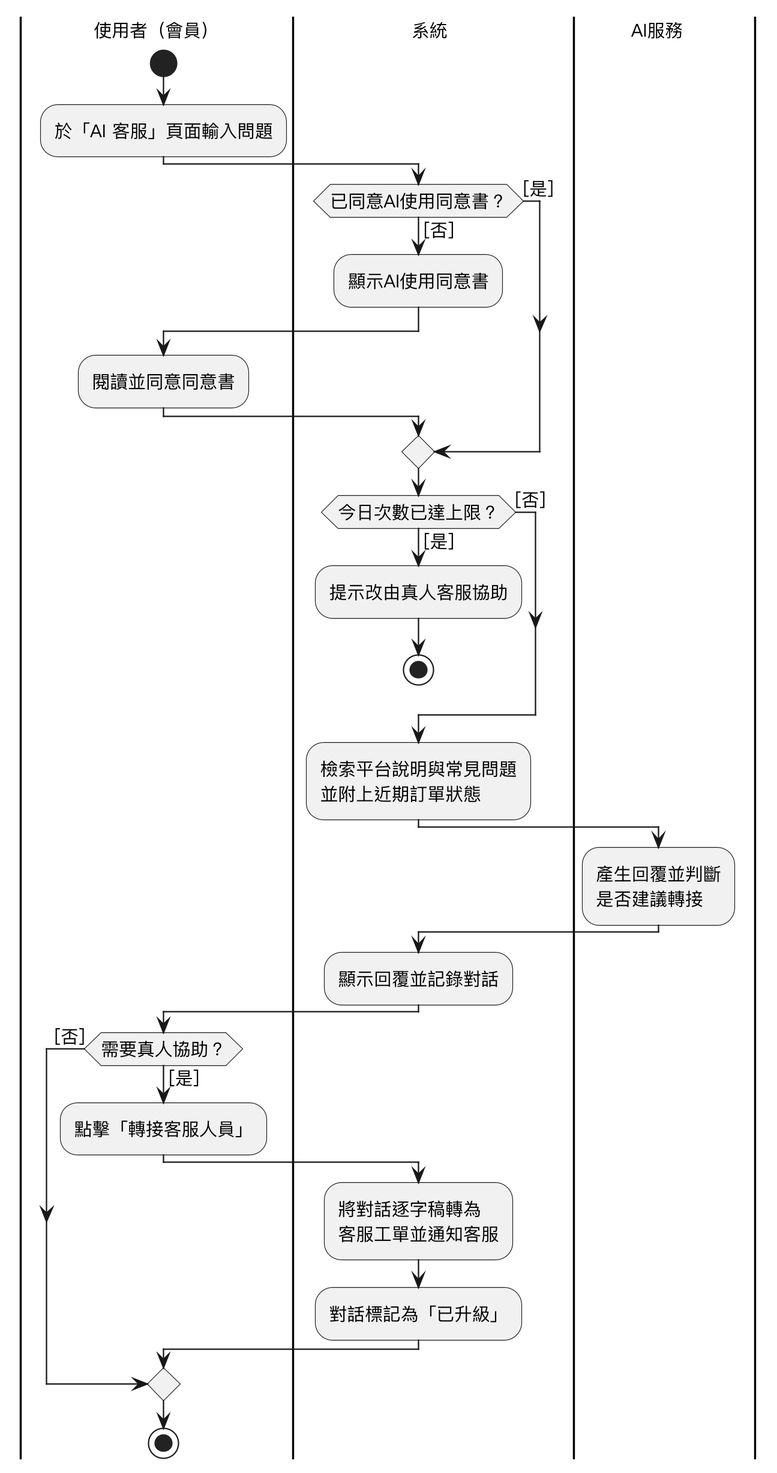
Earlier version of the PlantUML export Diagrams/Activity diagram/v3/uc10.png (SaveMyBook/SaveMyBook). Its diagram source:
```plantuml
@startuml
skinparam monochrome true
skinparam shadowing false
skinparam dpi 220
skinparam defaultFontName "PingFang TC"
skinparam defaultFontSize 13
skinparam swimlaneWidth same
|使用者（會員）|
start
:於「AI 客服」頁面輸入問題;
|系統|
if (已同意AI使用同意書？) then ([否])
  :顯示AI使用同意書;
  |使用者（會員）|
  :閱讀並同意同意書;
  |系統|
else ([是])
endif
if (今日次數已達上限？) then ([是])
  :提示改由真人客服協助;
  stop
else ([否])
endif
:檢索平台說明與常見問題\n並附上近期訂單狀態;
|AI服務|
:產生回覆並判斷\n是否建議轉接;
|系統|
:顯示回覆並記錄對話;
|使用者（會員）|
if (需要真人協助？) then ([是])
  :點擊「轉接客服人員」;
  |系統|
  :將對話逐字稿轉為\n客服工單並通知客服;
  :對話標記為「已升級」;
else ([否])
endif
|使用者（會員）|
stop
@enduml
```
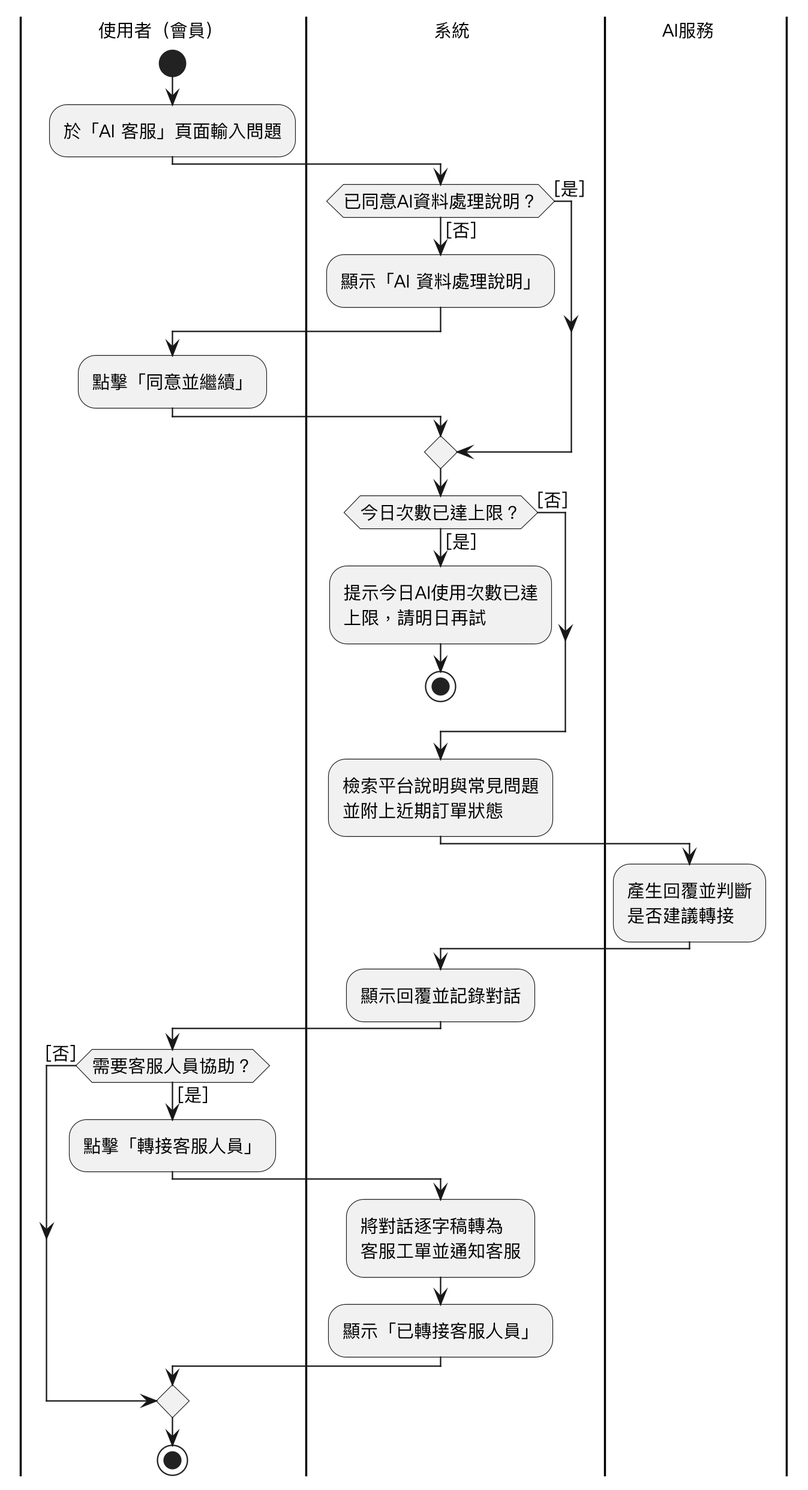
Above is the later version.

The edit, as a diff of the source:
```diff
@@ -9,15 +9,15 @@
 start
 :於「AI 客服」頁面輸入問題;
 |系統|
-if (已同意AI使用同意書？) then ([否])
-  :顯示AI使用同意書;
+if (已同意AI資料處理說明？) then ([否])
+  :顯示「AI 資料處理說明」;
   |使用者（會員）|
-  :閱讀並同意同意書;
+  :點擊「同意並繼續」;
   |系統|
 else ([是])
 endif
 if (今日次數已達上限？) then ([是])
-  :提示改由真人客服協助;
+  :提示今日AI使用次數已達\n上限，請明日再試;
   stop
 else ([否])
 endif
@@ -27,11 +27,11 @@
 |系統|
 :顯示回覆並記錄對話;
 |使用者（會員）|
-if (需要真人協助？) then ([是])
+if (需要客服人員協助？) then ([是])
   :點擊「轉接客服人員」;
   |系統|
   :將對話逐字稿轉為\n客服工單並通知客服;
-  :對話標記為「已升級」;
+  :顯示「已轉接客服人員」;
 else ([否])
 endif
 |使用者（會員）|
```
